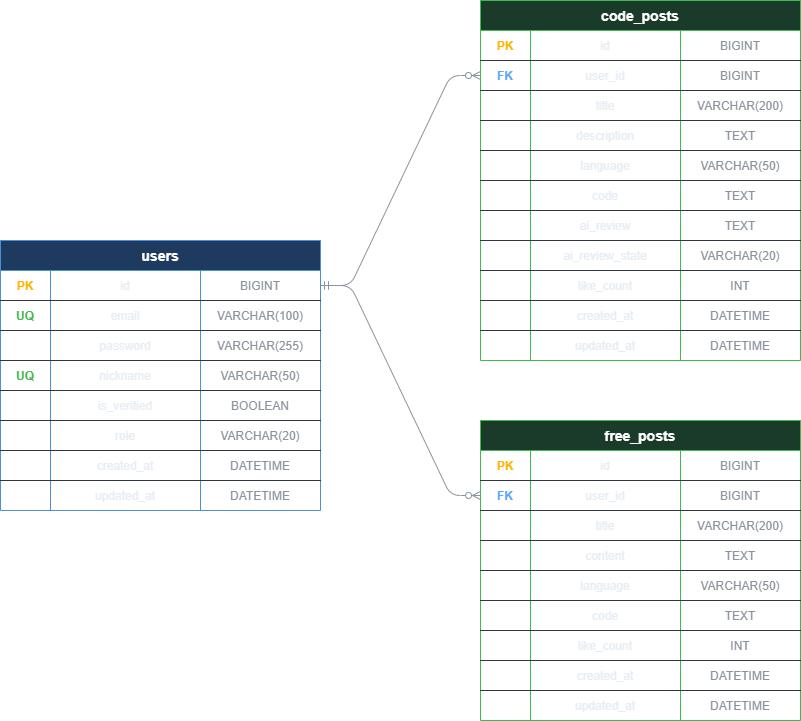
Before: docs/ERD/DB.png, a diagram exported from draw.io (kimdongwoo0930/codehive). Source tidied: cells renumbered, new cells last; positions are measured from the earlier drawing's top-left corner, leaving out a move shared by most shapes.
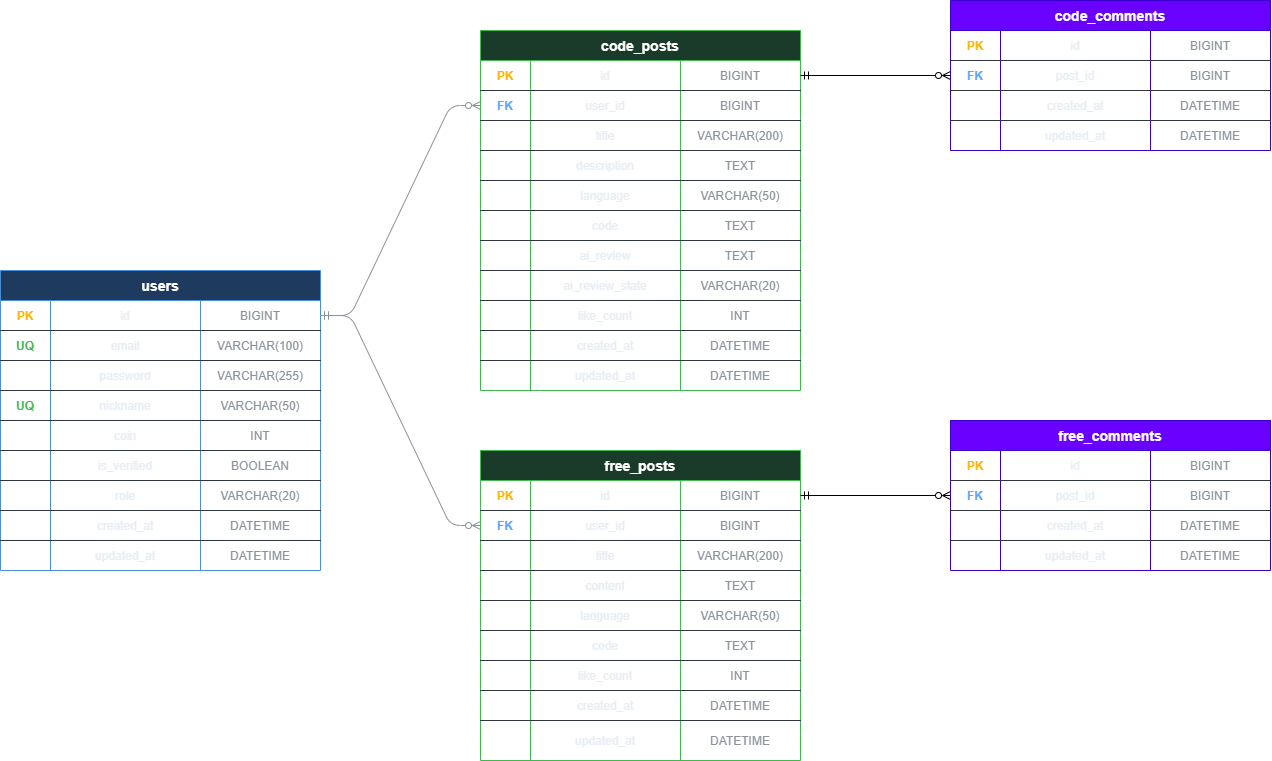
After the change.

Commit message:
docs: ERD 추가(추가로 입력가능)

The edit, as a diff of the source:
```diff
@@ -3,7 +3,7 @@
     <mxCell id="0" />
     <mxCell id="1" parent="0" />
     <mxCell id="2" value="users" style="shape=table;startSize=30;rowLines=0;fontStyle=1;align=center;fillColor=#1e3a5f;strokeColor=#4a90d9;fontColor=#ffffff;fontSize=14;" parent="1" vertex="1">
-      <mxGeometry y="240" width="320" height="270" as="geometry" />
+      <mxGeometry y="240" width="320" height="300" as="geometry" />
     </mxCell>
     <mxCell id="3" style="shape=tableRow;horizontal=0;startSize=0;swimlaneHead=0;swimlaneBody=0;fillColor=none;points=[[0,0.5],[1,0.5]];portConstraint=eastwest;fontSize=12;top=0;left=0;right=0;bottom=1;strokeColor=#30363d;" parent="2" vertex="1">
       <mxGeometry y="30" width="320" height="30" as="geometry" />
@@ -53,8 +53,20 @@
     <mxCell id="18" value="VARCHAR(50)" style="shape=partialRectangle;fillColor=none;top=0;left=0;bottom=0;right=0;overflow=hidden;strokeColor=none;fontColor=#8b949e;" parent="15" vertex="1">
       <mxGeometry x="200" width="120" height="30" as="geometry" />
     </mxCell>
+    <mxCell id="119" style="shape=tableRow;horizontal=0;startSize=0;swimlaneHead=0;swimlaneBody=0;fillColor=none;fontSize=12;top=0;left=0;right=0;bottom=1;strokeColor=#30363d;" parent="2" vertex="1">
+      <mxGeometry y="150" width="320" height="30" as="geometry" />
+    </mxCell>
+    <mxCell id="120" style="shape=partialRectangle;fillColor=none;top=0;left=0;bottom=0;right=0;fontStyle=1;overflow=hidden;strokeColor=none;fontColor=#3fb950;" parent="119" vertex="1">
+      <mxGeometry width="50" height="30" as="geometry" />
+    </mxCell>
+    <mxCell id="121" value="coin" style="shape=partialRectangle;fillColor=none;top=0;left=0;bottom=0;right=0;overflow=hidden;strokeColor=none;fontColor=#e6edf3;" parent="119" vertex="1">
+      <mxGeometry x="50" width="150" height="30" as="geometry" />
+    </mxCell>
+    <mxCell id="122" value="INT" style="shape=partialRectangle;fillColor=none;top=0;left=0;bottom=0;right=0;overflow=hidden;strokeColor=none;fontColor=#8b949e;" parent="119" vertex="1">
+      <mxGeometry x="200" width="120" height="30" as="geometry" />
+    </mxCell>
     <mxCell id="19" style="shape=tableRow;horizontal=0;startSize=0;swimlaneHead=0;swimlaneBody=0;fillColor=none;fontSize=12;top=0;left=0;right=0;bottom=1;strokeColor=#30363d;" parent="2" vertex="1">
-      <mxGeometry y="150" width="320" height="30" as="geometry" />
+      <mxGeometry y="180" width="320" height="30" as="geometry" />
     </mxCell>
     <mxCell id="20" style="shape=partialRectangle;fillColor=none;top=0;left=0;bottom=0;right=0;overflow=hidden;strokeColor=none;" parent="19" vertex="1">
       <mxGeometry width="50" height="30" as="geometry" />
@@ -66,7 +78,7 @@
       <mxGeometry x="200" width="120" height="30" as="geometry" />
     </mxCell>
     <mxCell id="23" style="shape=tableRow;horizontal=0;startSize=0;swimlaneHead=0;swimlaneBody=0;fillColor=none;fontSize=12;top=0;left=0;right=0;bottom=1;strokeColor=#30363d;" parent="2" vertex="1">
-      <mxGeometry y="180" width="320" height="30" as="geometry" />
+      <mxGeometry y="210" width="320" height="30" as="geometry" />
     </mxCell>
     <mxCell id="24" style="shape=partialRectangle;fillColor=none;top=0;left=0;bottom=0;right=0;overflow=hidden;strokeColor=none;" parent="23" vertex="1">
       <mxGeometry width="50" height="30" as="geometry" />
@@ -78,7 +90,7 @@
       <mxGeometry x="200" width="120" height="30" as="geometry" />
     </mxCell>
     <mxCell id="27" style="shape=tableRow;horizontal=0;startSize=0;swimlaneHead=0;swimlaneBody=0;fillColor=none;fontSize=12;top=0;left=0;right=0;bottom=1;strokeColor=#30363d;" parent="2" vertex="1">
-      <mxGeometry y="210" width="320" height="30" as="geometry" />
+      <mxGeometry y="240" width="320" height="30" as="geometry" />
     </mxCell>
     <mxCell id="28" style="shape=partialRectangle;fillColor=none;top=0;left=0;bottom=0;right=0;overflow=hidden;strokeColor=none;" parent="27" vertex="1">
       <mxGeometry width="50" height="30" as="geometry" />
@@ -90,7 +102,7 @@
       <mxGeometry x="200" width="120" height="30" as="geometry" />
     </mxCell>
     <mxCell id="31" style="shape=tableRow;horizontal=0;startSize=0;swimlaneHead=0;swimlaneBody=0;fillColor=none;fontSize=12;top=0;left=0;right=0;bottom=0;strokeColor=#30363d;" parent="2" vertex="1">
-      <mxGeometry y="240" width="320" height="30" as="geometry" />
+      <mxGeometry y="270" width="320" height="30" as="geometry" />
     </mxCell>
     <mxCell id="32" style="shape=partialRectangle;fillColor=none;top=0;left=0;bottom=0;right=0;overflow=hidden;strokeColor=none;" parent="31" vertex="1">
       <mxGeometry width="50" height="30" as="geometry" />
@@ -240,7 +252,7 @@
       <mxGeometry relative="1" as="geometry" />
     </mxCell>
     <mxCell id="81" value="free_posts" style="shape=table;startSize=30;rowLines=0;fontStyle=1;align=center;fillColor=#1a3a2a;strokeColor=#3fb950;fontColor=#ffffff;fontSize=14;" parent="1" vertex="1">
-      <mxGeometry x="480" y="420" width="320" height="300" as="geometry" />
+      <mxGeometry x="480" y="420" width="320" height="310" as="geometry" />
     </mxCell>
     <mxCell id="82" style="shape=tableRow;horizontal=0;startSize=0;swimlaneHead=0;swimlaneBody=0;fillColor=none;points=[[0,0.5],[1,0.5]];portConstraint=eastwest;fontSize=12;top=0;left=0;right=0;bottom=1;strokeColor=#30363d;" parent="81" vertex="1">
       <mxGeometry y="30" width="320" height="30" as="geometry" />
@@ -339,19 +351,127 @@
       <mxGeometry x="200" width="120" height="30" as="geometry" />
     </mxCell>
     <mxCell id="114" style="shape=tableRow;horizontal=0;startSize=0;swimlaneHead=0;swimlaneBody=0;fillColor=none;fontSize=12;top=0;left=0;right=0;bottom=0;strokeColor=#30363d;" parent="81" vertex="1">
-      <mxGeometry y="270" width="320" height="30" as="geometry" />
+      <mxGeometry y="270" width="320" height="40" as="geometry" />
     </mxCell>
     <mxCell id="115" style="shape=partialRectangle;fillColor=none;top=0;left=0;bottom=0;right=0;overflow=hidden;strokeColor=none;" parent="114" vertex="1">
-      <mxGeometry width="50" height="30" as="geometry" />
+      <mxGeometry width="50" height="40" as="geometry" />
     </mxCell>
     <mxCell id="116" value="updated_at" style="shape=partialRectangle;fillColor=none;top=0;left=0;bottom=0;right=0;overflow=hidden;strokeColor=none;fontColor=#e6edf3;" parent="114" vertex="1">
-      <mxGeometry x="50" width="150" height="30" as="geometry" />
+      <mxGeometry x="50" width="150" height="40" as="geometry" />
     </mxCell>
     <mxCell id="117" value="DATETIME" style="shape=partialRectangle;fillColor=none;top=0;left=0;bottom=0;right=0;overflow=hidden;strokeColor=none;fontColor=#8b949e;" parent="114" vertex="1">
-      <mxGeometry x="200" width="120" height="30" as="geometry" />
+      <mxGeometry x="200" width="120" height="40" as="geometry" />
     </mxCell>
     <mxCell id="118" style="edgeStyle=entityRelationEdgeStyle;endArrow=ERzeroToMany;startArrow=ERmandOne;exitX=1;exitY=0.5;entryX=0;entryY=0.5;strokeColor=#8b949e;entryDx=0;entryDy=0;exitDx=0;exitDy=0;" parent="1" edge="1" source="3" target="86">
       <mxGeometry relative="1" as="geometry" />
     </mxCell>
+    <mxCell id="123" value="code_comments" style="shape=table;startSize=30;rowLines=0;fontStyle=1;align=center;fillColor=#6a00ff;fontSize=14;strokeColor=#3700CC;fontColor=#ffffff;" parent="1" vertex="1">
+      <mxGeometry x="950" y="-30" width="320" height="150" as="geometry" />
+    </mxCell>
+    <mxCell id="124" style="shape=tableRow;horizontal=0;startSize=0;swimlaneHead=0;swimlaneBody=0;fillColor=none;fontSize=12;top=0;left=0;right=0;bottom=1;strokeColor=#30363d;" parent="123" vertex="1">
+      <mxGeometry y="30" width="320" height="30" as="geometry" />
+    </mxCell>
+    <mxCell id="125" value="PK" style="shape=partialRectangle;fillColor=none;top=0;left=0;bottom=0;right=0;fontStyle=1;overflow=hidden;strokeColor=none;fontColor=#FFB300;" parent="124" vertex="1">
+      <mxGeometry width="50" height="30" as="geometry" />
+    </mxCell>
+    <mxCell id="126" value="id" style="shape=partialRectangle;fillColor=none;top=0;left=0;bottom=0;right=0;overflow=hidden;strokeColor=none;fontColor=#e6edf3;" parent="124" vertex="1">
+      <mxGeometry x="50" width="150" height="30" as="geometry" />
+    </mxCell>
+    <mxCell id="127" value="BIGINT" style="shape=partialRectangle;fillColor=none;top=0;left=0;bottom=0;right=0;overflow=hidden;strokeColor=none;fontColor=#8b949e;" parent="124" vertex="1">
+      <mxGeometry x="200" width="120" height="30" as="geometry" />
+    </mxCell>
+    <mxCell id="128" style="shape=tableRow;horizontal=0;startSize=0;swimlaneHead=0;swimlaneBody=0;fillColor=none;points=[[0,0.5],[1,0.5]];portConstraint=eastwest;fontSize=12;top=0;left=0;right=0;bottom=1;strokeColor=#30363d;" parent="123" vertex="1">
+      <mxGeometry y="60" width="320" height="30" as="geometry" />
+    </mxCell>
+    <mxCell id="129" value="FK" style="shape=partialRectangle;fillColor=none;top=0;left=0;bottom=0;right=0;fontStyle=1;overflow=hidden;strokeColor=none;fontColor=#58a6ff;" parent="128" vertex="1">
+      <mxGeometry width="50" height="30" as="geometry" />
+    </mxCell>
+    <mxCell id="130" value="post_id" style="shape=partialRectangle;fillColor=none;top=0;left=0;bottom=0;right=0;overflow=hidden;strokeColor=none;fontColor=#e6edf3;" parent="128" vertex="1">
+      <mxGeometry x="50" width="150" height="30" as="geometry" />
+    </mxCell>
+    <mxCell id="131" value="BIGINT" style="shape=partialRectangle;fillColor=none;top=0;left=0;bottom=0;right=0;overflow=hidden;strokeColor=none;fontColor=#8b949e;" parent="128" vertex="1">
+      <mxGeometry x="200" width="120" height="30" as="geometry" />
+    </mxCell>
+    <mxCell id="132" style="shape=tableRow;horizontal=0;startSize=0;swimlaneHead=0;swimlaneBody=0;fillColor=none;fontSize=12;top=0;left=0;right=0;bottom=1;strokeColor=#30363d;" parent="123" vertex="1">
+      <mxGeometry y="90" width="320" height="30" as="geometry" />
+    </mxCell>
+    <mxCell id="133" style="shape=partialRectangle;fillColor=none;top=0;left=0;bottom=0;right=0;overflow=hidden;strokeColor=none;" parent="132" vertex="1">
+      <mxGeometry width="50" height="30" as="geometry" />
+    </mxCell>
+    <mxCell id="134" value="created_at" style="shape=partialRectangle;fillColor=none;top=0;left=0;bottom=0;right=0;overflow=hidden;strokeColor=none;fontColor=#e6edf3;" parent="132" vertex="1">
+      <mxGeometry x="50" width="150" height="30" as="geometry" />
+    </mxCell>
+    <mxCell id="135" value="DATETIME" style="shape=partialRectangle;fillColor=none;top=0;left=0;bottom=0;right=0;overflow=hidden;strokeColor=none;fontColor=#8b949e;" parent="132" vertex="1">
+      <mxGeometry x="200" width="120" height="30" as="geometry" />
+    </mxCell>
+    <mxCell id="136" style="shape=tableRow;horizontal=0;startSize=0;swimlaneHead=0;swimlaneBody=0;fillColor=none;fontSize=12;top=0;left=0;right=0;bottom=0;strokeColor=#30363d;" parent="123" vertex="1">
+      <mxGeometry y="120" width="320" height="30" as="geometry" />
+    </mxCell>
+    <mxCell id="137" style="shape=partialRectangle;fillColor=none;top=0;left=0;bottom=0;right=0;overflow=hidden;strokeColor=none;" parent="136" vertex="1">
+      <mxGeometry width="50" height="30" as="geometry" />
+    </mxCell>
+    <mxCell id="138" value="updated_at" style="shape=partialRectangle;fillColor=none;top=0;left=0;bottom=0;right=0;overflow=hidden;strokeColor=none;fontColor=#e6edf3;" parent="136" vertex="1">
+      <mxGeometry x="50" width="150" height="30" as="geometry" />
+    </mxCell>
+    <mxCell id="139" value="DATETIME" style="shape=partialRectangle;fillColor=none;top=0;left=0;bottom=0;right=0;overflow=hidden;strokeColor=none;fontColor=#8b949e;" parent="136" vertex="1">
+      <mxGeometry x="200" width="120" height="30" as="geometry" />
+    </mxCell>
+    <mxCell id="140" value="free_comments" style="shape=table;startSize=30;rowLines=0;fontStyle=1;align=center;fillColor=#6a00ff;fontSize=14;strokeColor=#3700CC;fontColor=#ffffff;" parent="1" vertex="1">
+      <mxGeometry x="950" y="390" width="320" height="150" as="geometry" />
+    </mxCell>
+    <mxCell id="141" style="shape=tableRow;horizontal=0;startSize=0;swimlaneHead=0;swimlaneBody=0;fillColor=none;fontSize=12;top=0;left=0;right=0;bottom=1;strokeColor=#30363d;" parent="140" vertex="1">
+      <mxGeometry y="30" width="320" height="30" as="geometry" />
+    </mxCell>
+    <mxCell id="142" value="PK" style="shape=partialRectangle;fillColor=none;top=0;left=0;bottom=0;right=0;fontStyle=1;overflow=hidden;strokeColor=none;fontColor=#FFB300;" parent="141" vertex="1">
+      <mxGeometry width="50" height="30" as="geometry" />
+    </mxCell>
+    <mxCell id="143" value="id" style="shape=partialRectangle;fillColor=none;top=0;left=0;bottom=0;right=0;overflow=hidden;strokeColor=none;fontColor=#e6edf3;" parent="141" vertex="1">
+      <mxGeometry x="50" width="150" height="30" as="geometry" />
+    </mxCell>
+    <mxCell id="144" value="BIGINT" style="shape=partialRectangle;fillColor=none;top=0;left=0;bottom=0;right=0;overflow=hidden;strokeColor=none;fontColor=#8b949e;" parent="141" vertex="1">
+      <mxGeometry x="200" width="120" height="30" as="geometry" />
+    </mxCell>
+    <mxCell id="145" style="shape=tableRow;horizontal=0;startSize=0;swimlaneHead=0;swimlaneBody=0;fillColor=none;fontSize=12;top=0;left=0;right=0;bottom=1;strokeColor=#30363d;" parent="140" vertex="1">
+      <mxGeometry y="60" width="320" height="30" as="geometry" />
+    </mxCell>
+    <mxCell id="146" value="FK" style="shape=partialRectangle;fillColor=none;top=0;left=0;bottom=0;right=0;fontStyle=1;overflow=hidden;strokeColor=none;fontColor=#58a6ff;" parent="145" vertex="1">
+      <mxGeometry width="50" height="30" as="geometry" />
+    </mxCell>
+    <mxCell id="147" value="post_id" style="shape=partialRectangle;fillColor=none;top=0;left=0;bottom=0;right=0;overflow=hidden;strokeColor=none;fontColor=#e6edf3;" parent="145" vertex="1">
+      <mxGeometry x="50" width="150" height="30" as="geometry" />
+    </mxCell>
+    <mxCell id="148" value="BIGINT" style="shape=partialRectangle;fillColor=none;top=0;left=0;bottom=0;right=0;overflow=hidden;strokeColor=none;fontColor=#8b949e;" parent="145" vertex="1">
+      <mxGeometry x="200" width="120" height="30" as="geometry" />
+    </mxCell>
+    <mxCell id="149" style="shape=tableRow;horizontal=0;startSize=0;swimlaneHead=0;swimlaneBody=0;fillColor=none;fontSize=12;top=0;left=0;right=0;bottom=1;strokeColor=#30363d;" parent="140" vertex="1">
+      <mxGeometry y="90" width="320" height="30" as="geometry" />
+    </mxCell>
+    <mxCell id="150" style="shape=partialRectangle;fillColor=none;top=0;left=0;bottom=0;right=0;overflow=hidden;strokeColor=none;" parent="149" vertex="1">
+      <mxGeometry width="50" height="30" as="geometry" />
+    </mxCell>
+    <mxCell id="151" value="created_at" style="shape=partialRectangle;fillColor=none;top=0;left=0;bottom=0;right=0;overflow=hidden;strokeColor=none;fontColor=#e6edf3;" parent="149" vertex="1">
+      <mxGeometry x="50" width="150" height="30" as="geometry" />
+    </mxCell>
+    <mxCell id="152" value="DATETIME" style="shape=partialRectangle;fillColor=none;top=0;left=0;bottom=0;right=0;overflow=hidden;strokeColor=none;fontColor=#8b949e;" parent="149" vertex="1">
+      <mxGeometry x="200" width="120" height="30" as="geometry" />
+    </mxCell>
+    <mxCell id="153" style="shape=tableRow;horizontal=0;startSize=0;swimlaneHead=0;swimlaneBody=0;fillColor=none;fontSize=12;top=0;left=0;right=0;bottom=0;strokeColor=#30363d;" parent="140" vertex="1">
+      <mxGeometry y="120" width="320" height="30" as="geometry" />
+    </mxCell>
+    <mxCell id="154" style="shape=partialRectangle;fillColor=none;top=0;left=0;bottom=0;right=0;overflow=hidden;strokeColor=none;" parent="153" vertex="1">
+      <mxGeometry width="50" height="30" as="geometry" />
+    </mxCell>
+    <mxCell id="155" value="updated_at" style="shape=partialRectangle;fillColor=none;top=0;left=0;bottom=0;right=0;overflow=hidden;strokeColor=none;fontColor=#e6edf3;" parent="153" vertex="1">
+      <mxGeometry x="50" width="150" height="30" as="geometry" />
+    </mxCell>
+    <mxCell id="156" value="DATETIME" style="shape=partialRectangle;fillColor=none;top=0;left=0;bottom=0;right=0;overflow=hidden;strokeColor=none;fontColor=#8b949e;" parent="153" vertex="1">
+      <mxGeometry x="200" width="120" height="30" as="geometry" />
+    </mxCell>
+    <mxCell id="157" style="edgeStyle=none;html=1;exitX=1;exitY=0.5;exitDx=0;exitDy=0;entryX=0;entryY=0.5;entryDx=0;entryDy=0;endArrow=ERzeroToMany;endFill=0;startArrow=ERmandOne;startFill=0;" parent="1" edge="1" source="82" target="140">
+      <mxGeometry relative="1" as="geometry" />
+    </mxCell>
+    <mxCell id="158" style="edgeStyle=none;html=1;exitX=1;exitY=0.5;exitDx=0;exitDy=0;entryX=0;entryY=0.5;entryDx=0;entryDy=0;endArrow=ERzeroToMany;endFill=0;startArrow=ERmandOne;startFill=0;" parent="1" edge="1" source="36" target="128">
+      <mxGeometry relative="1" as="geometry" />
+    </mxCell>
   </root>
 </mxGraphModel>
```
